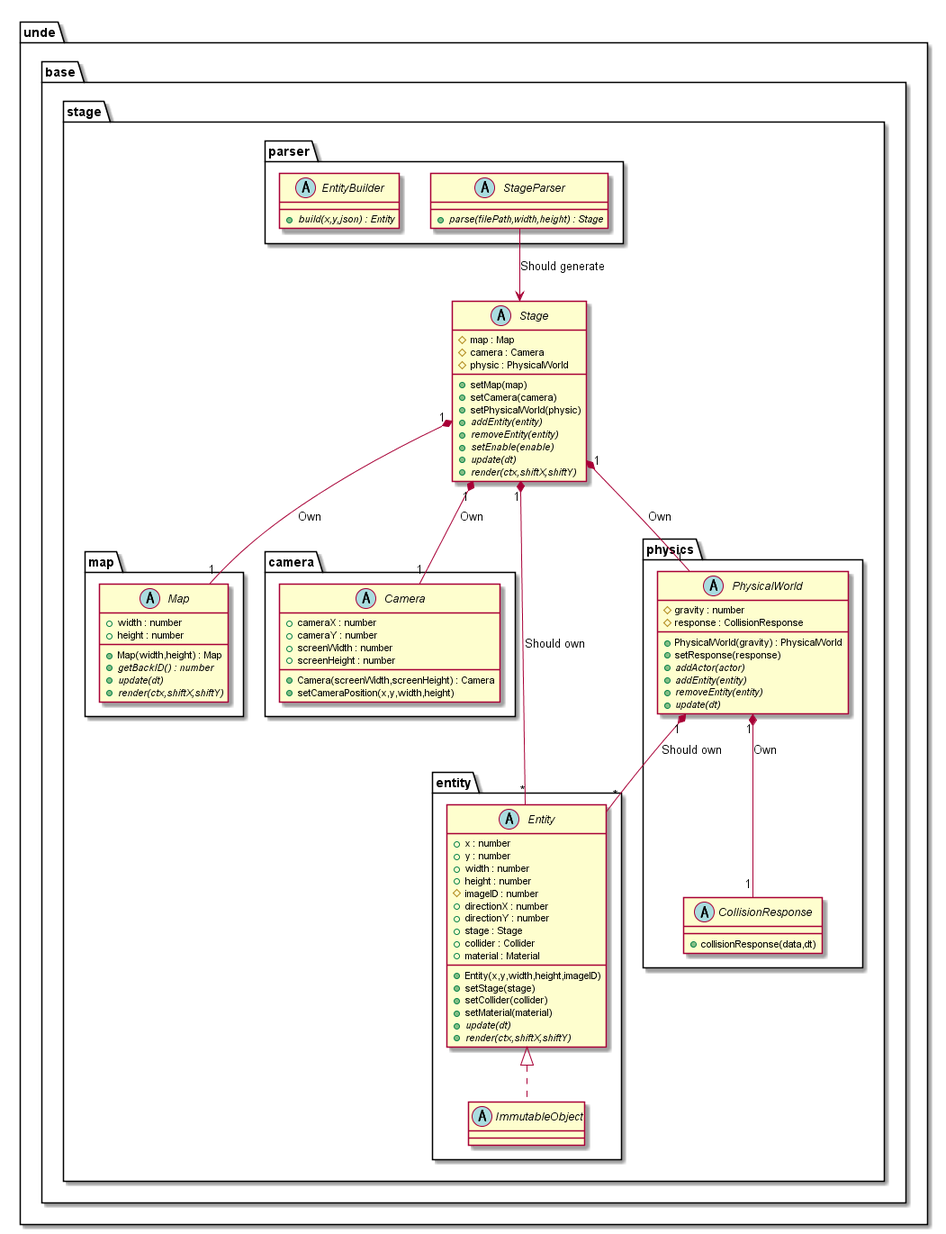
The PlantUML diagram out/uml/stage/Base/StageBase.png in Expine/Under, before a commit.
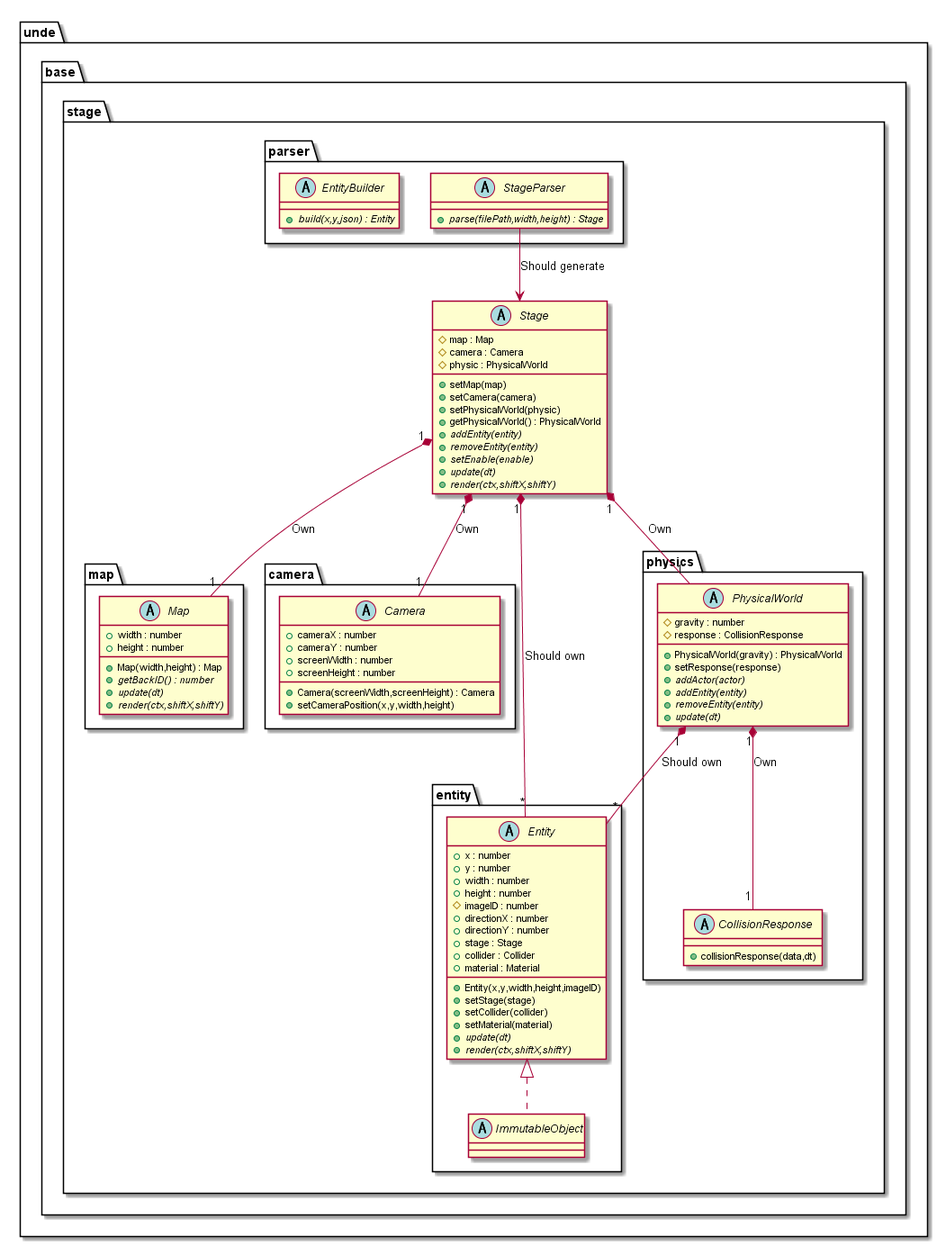
After the change.

What changed in the source:
```diff
@@ -10,6 +10,7 @@
                 +setMap(map)
                 +setCamera(camera)
                 +setPhysicalWorld(physic)
+                +getPhysicalWorld() : PhysicalWorld
                 {abstract} +addEntity(entity)
                 {abstract} +removeEntity(entity)
                 {abstract} +setEnable(enable)
```
